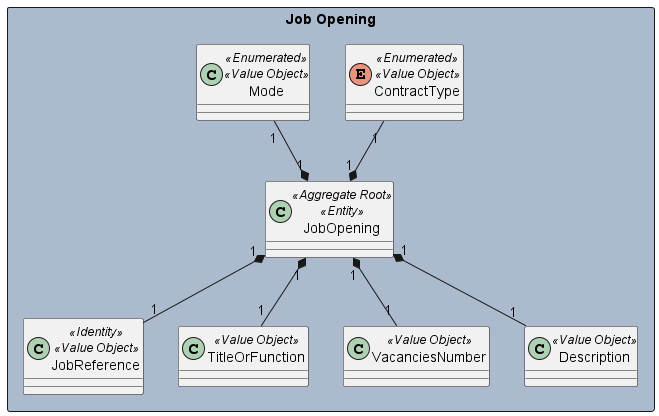
marcoferreira37/Lapr4 keeps this PlantUML diagram as docs/sprintB/1003/svg/1003-domain-model.png. Above is the earlier version.
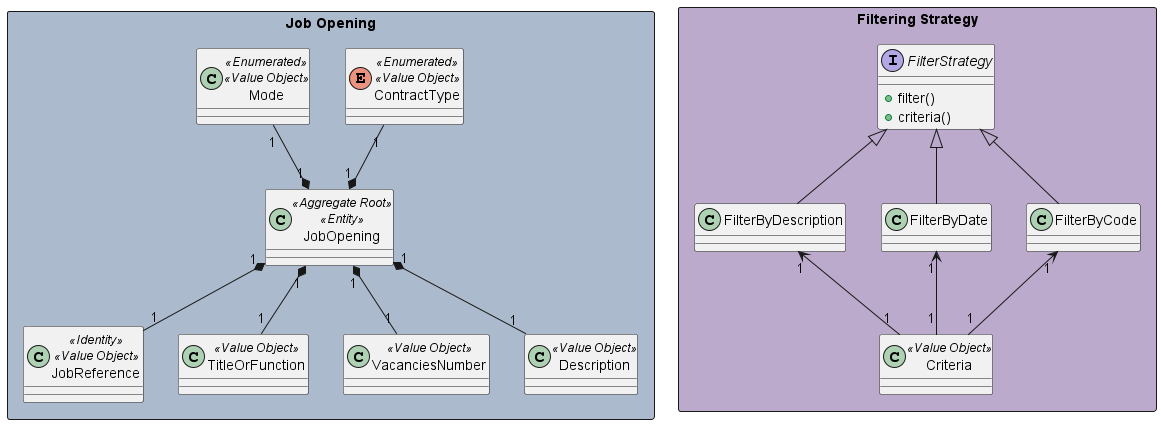
After the commit.

Change to the diagram source:
```diff
@@ -23,6 +23,19 @@
 
 }
 
+rectangle "Filtering Strategy" #bbaacc {
+interface FilterStrategy{
+
+    +filter()
+    +criteria()
+    }
+
+    class Criteria <<Value Object>>{}
+
+    class FilterByDescription extends FilterStrategy{}
+    class FilterByDate extends FilterStrategy{}
+    class FilterByCode extends FilterStrategy {}
+}
 
 
 JobReference "1" -up-* "1" JobOpening
@@ -32,4 +45,9 @@
 Description "1" -up-* "1" JobOpening
 VacanciesNumber "1" -up-* "1" JobOpening
 
+Criteria "1" -up-> "1" FilterByCode
+Criteria "1" -up-> "1" FilterByDate
+Criteria "1" -up-> "1" FilterByDescription
+
+
 @enduml
```
